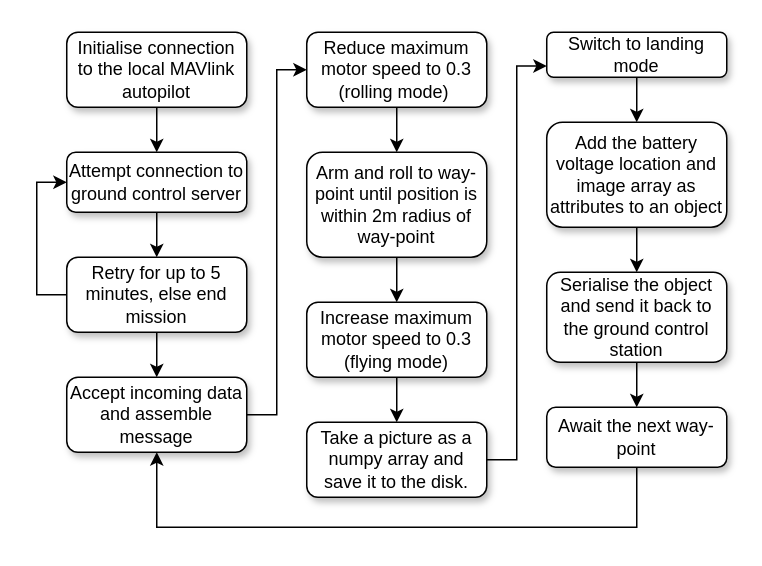
The draw.io diagram client_script.drawio in ot316/Masters-Project-Ground-Control-Server, before the edit. Source tidied: cells renumbered, new cells numbered last; positions are measured from the earlier drawing's top-left corner, leaving out a move shared by most shapes. Both pictures are drawn from the tidied source at 150%, with x=0, y=0 at pixel (66, 32).
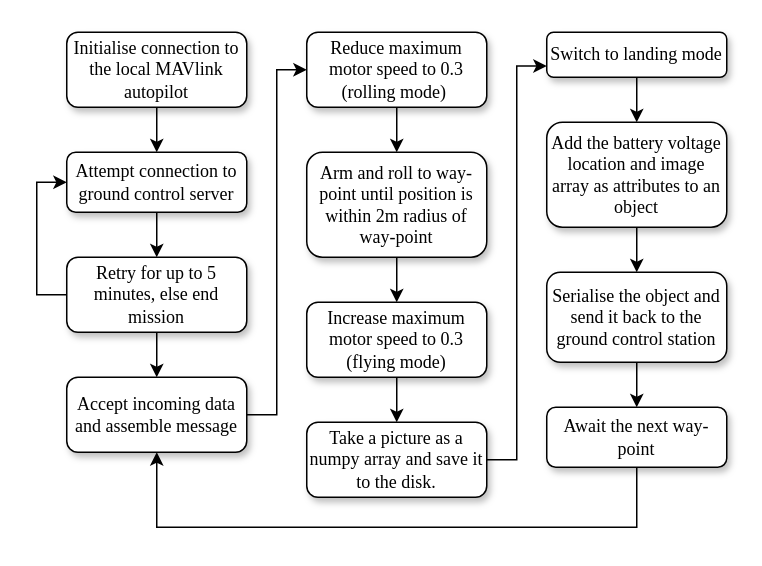
Above is the later version.

Change to the diagram source:
```diff
@@
-    <mxCell id="3" value="Initialise connection to the local MAVlink autopilot" style="rounded=1;whiteSpace=wrap;html=1;fontSize=12;glass=0;strokeWidth=1;shadow=1;" parent="1" vertex="1">
+    <mxCell id="3" value="&lt;font face=&quot;Times New Roman&quot;&gt;Initialise connection to the local MAVlink autopilot&lt;/font&gt;" style="rounded=1;whiteSpace=wrap;html=1;fontSize=12;glass=0;strokeWidth=1;shadow=1;" parent="1" vertex="1">
       <mxGeometry width="120" height="50" as="geometry" />
     </mxCell>
@@
-    <mxCell id="5" value="Attempt connection to ground control server" style="rounded=1;whiteSpace=wrap;html=1;fontSize=12;glass=0;strokeWidth=1;shadow=1;" parent="1" vertex="1">
+    <mxCell id="5" value="&lt;font face=&quot;Times New Roman&quot;&gt;Attempt connection to ground control server&lt;/font&gt;" style="rounded=1;whiteSpace=wrap;html=1;fontSize=12;glass=0;strokeWidth=1;shadow=1;" parent="1" vertex="1">
       <mxGeometry y="80" width="120" height="40" as="geometry" />
     </mxCell>
@@
-    <mxCell id="8" value="Retry for up to 5 minutes, else end mission" style="rounded=1;whiteSpace=wrap;html=1;fontSize=12;glass=0;strokeWidth=1;shadow=1;" parent="1" vertex="1">
+    <mxCell id="8" value="&lt;font face=&quot;Times New Roman&quot;&gt;Retry for up to 5 minutes, else end mission&lt;/font&gt;" style="rounded=1;whiteSpace=wrap;html=1;fontSize=12;glass=0;strokeWidth=1;shadow=1;" parent="1" vertex="1">
       <mxGeometry y="150" width="120" height="50" as="geometry" />
     </mxCell>
@@
-    <mxCell id="10" value="Accept incoming data and assemble message" style="rounded=1;whiteSpace=wrap;html=1;fontSize=12;glass=0;strokeWidth=1;shadow=1;" parent="1" vertex="1">
+    <mxCell id="10" value="&lt;font face=&quot;Times New Roman&quot;&gt;Accept incoming data and assemble message&lt;/font&gt;" style="rounded=1;whiteSpace=wrap;html=1;fontSize=12;glass=0;strokeWidth=1;shadow=1;" parent="1" vertex="1">
       <mxGeometry y="230" width="120" height="50" as="geometry" />
     </mxCell>
@@
-    <mxCell id="12" value="Reduce maximum motor speed to 0.3 (rolling mode)&amp;nbsp;" style="rounded=1;whiteSpace=wrap;html=1;fontSize=12;glass=0;strokeWidth=1;shadow=1;" parent="1" vertex="1">
+    <mxCell id="12" value="&lt;font face=&quot;Times New Roman&quot;&gt;Reduce maximum motor speed to 0.3 (rolling mode)&amp;nbsp;&lt;/font&gt;" style="rounded=1;whiteSpace=wrap;html=1;fontSize=12;glass=0;strokeWidth=1;shadow=1;" parent="1" vertex="1">
       <mxGeometry x="160" width="120" height="50" as="geometry" />
     </mxCell>
@@
-    <mxCell id="14" value="Arm and roll to way-point until position is within 2m radius of way-point" style="rounded=1;whiteSpace=wrap;html=1;fontSize=12;glass=0;strokeWidth=1;shadow=1;" parent="1" vertex="1">
+    <mxCell id="14" value="&lt;font face=&quot;Times New Roman&quot;&gt;Arm and roll to way-point until position is within 2m radius of way-point&lt;/font&gt;" style="rounded=1;whiteSpace=wrap;html=1;fontSize=12;glass=0;strokeWidth=1;shadow=1;" parent="1" vertex="1">
       <mxGeometry x="160" y="80" width="120" height="70" as="geometry" />
     </mxCell>
@@
-    <mxCell id="16" value="Increase maximum motor speed to 0.3 (flying mode)" style="rounded=1;whiteSpace=wrap;html=1;fontSize=12;glass=0;strokeWidth=1;shadow=1;" parent="1" vertex="1">
+    <mxCell id="16" value="&lt;font face=&quot;Times New Roman&quot;&gt;Increase maximum motor speed to 0.3 (flying mode)&lt;/font&gt;" style="rounded=1;whiteSpace=wrap;html=1;fontSize=12;glass=0;strokeWidth=1;shadow=1;" parent="1" vertex="1">
       <mxGeometry x="160" y="180" width="120" height="50" as="geometry" />
     </mxCell>
@@
-    <mxCell id="18" value="Take a picture as a numpy array and save it to the disk." style="rounded=1;whiteSpace=wrap;html=1;fontSize=12;glass=0;strokeWidth=1;shadow=1;" parent="1" vertex="1">
+    <mxCell id="18" value="&lt;font face=&quot;Times New Roman&quot;&gt;Take a picture as a numpy array and save it to the disk.&lt;/font&gt;" style="rounded=1;whiteSpace=wrap;html=1;fontSize=12;glass=0;strokeWidth=1;shadow=1;" parent="1" vertex="1">
       <mxGeometry x="160" y="260" width="120" height="50" as="geometry" />
     </mxCell>
@@
-    <mxCell id="20" value="Switch to landing mode" style="rounded=1;whiteSpace=wrap;html=1;fontSize=12;glass=0;strokeWidth=1;shadow=1;" parent="1" vertex="1">
+    <mxCell id="20" value="&lt;font face=&quot;Times New Roman&quot;&gt;Switch to landing mode&lt;/font&gt;" style="rounded=1;whiteSpace=wrap;html=1;fontSize=12;glass=0;strokeWidth=1;shadow=1;" parent="1" vertex="1">
       <mxGeometry x="320" width="120" height="30" as="geometry" />
     </mxCell>
@@
-    <mxCell id="22" value="Add the battery voltage location and image array as attributes to an object" style="rounded=1;whiteSpace=wrap;html=1;fontSize=12;glass=0;strokeWidth=1;shadow=1;" parent="1" vertex="1">
+    <mxCell id="22" value="&lt;font face=&quot;Times New Roman&quot;&gt;Add the battery voltage location and image array as attributes to an object&lt;/font&gt;" style="rounded=1;whiteSpace=wrap;html=1;fontSize=12;glass=0;strokeWidth=1;shadow=1;" parent="1" vertex="1">
       <mxGeometry x="320" y="60" width="120" height="70" as="geometry" />
     </mxCell>
@@
-    <mxCell id="24" value="Serialise the object and send it back to the ground control station" style="rounded=1;whiteSpace=wrap;html=1;fontSize=12;glass=0;strokeWidth=1;shadow=1;" parent="1" vertex="1">
+    <mxCell id="24" value="&lt;font face=&quot;Times New Roman&quot;&gt;Serialise the object and send it back to the ground control station&lt;/font&gt;" style="rounded=1;whiteSpace=wrap;html=1;fontSize=12;glass=0;strokeWidth=1;shadow=1;" parent="1" vertex="1">
       <mxGeometry x="320" y="160" width="120" height="60" as="geometry" />
     </mxCell>
@@
-    <mxCell id="26" value="Await the next way-point" style="rounded=1;whiteSpace=wrap;html=1;fontSize=12;glass=0;strokeWidth=1;shadow=1;" parent="1" vertex="1">
+    <mxCell id="26" value="&lt;font face=&quot;Times New Roman&quot;&gt;Await the next way-point&lt;/font&gt;" style="rounded=1;whiteSpace=wrap;html=1;fontSize=12;glass=0;strokeWidth=1;shadow=1;" parent="1" vertex="1">
       <mxGeometry x="320" y="250" width="120" height="40" as="geometry" />
     </mxCell>
```
